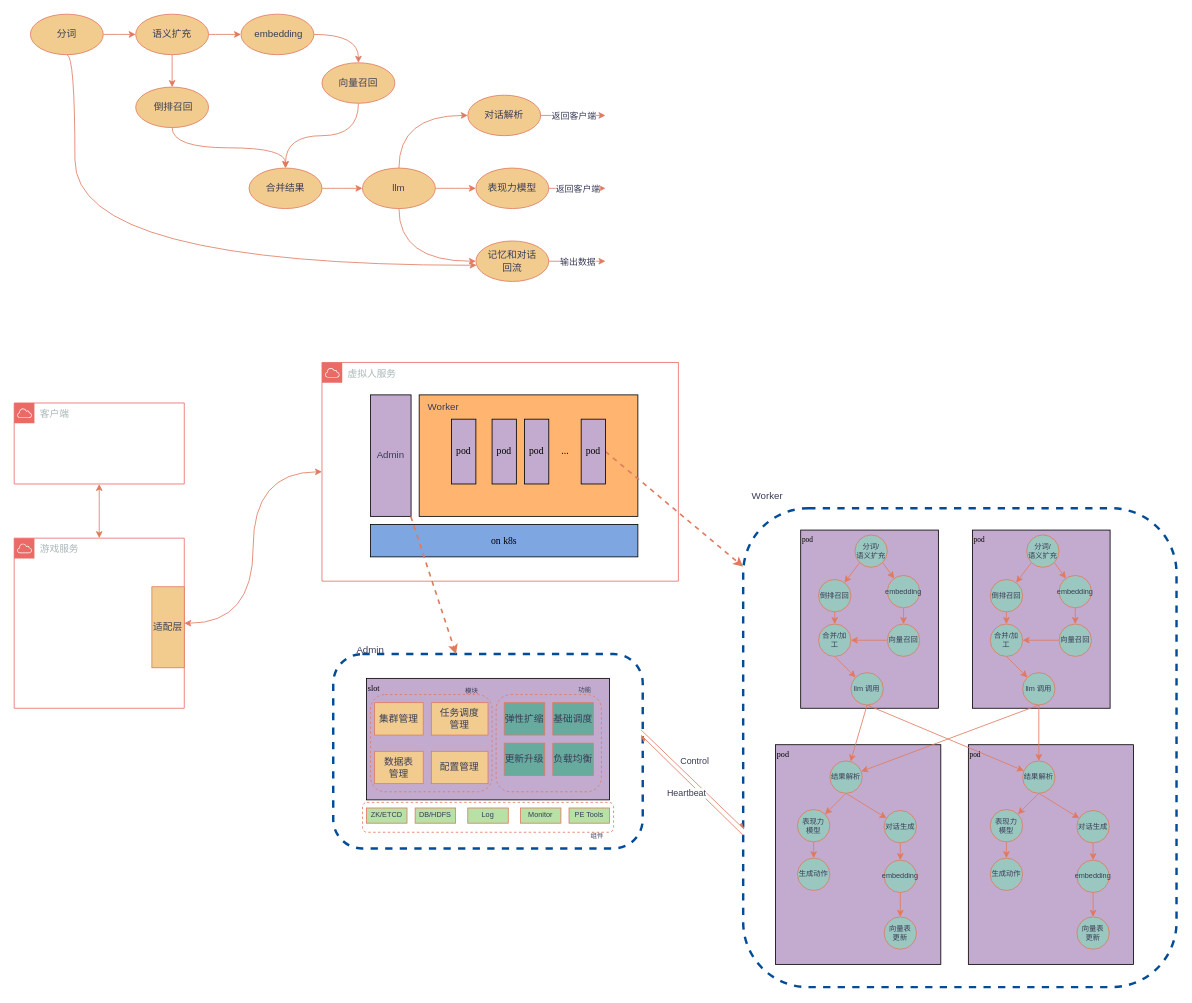
Earlier version of the draw.io diagram page "虚拟人服务" (2 of 5) of 虚拟人.drawio (dogchenmao/drawio). Source tidied: cells renumbered, new cells numbered last; positions are measured from the earlier drawing's top-left corner, leaving out a move shared by most shapes. Both pictures are drawn from the tidied source at 81%, with x=0, y=0 at pixel (14, 14).
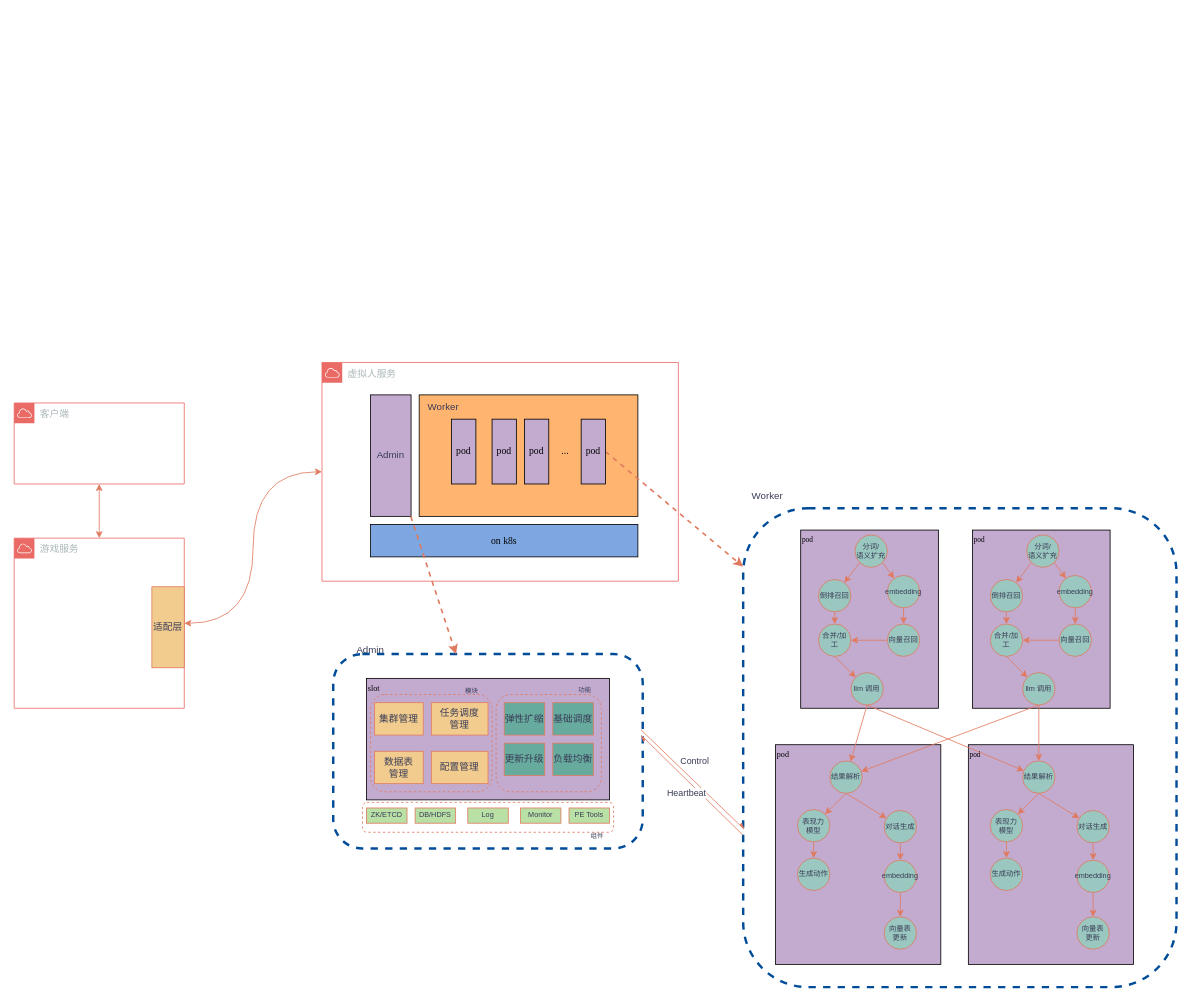
The same page after the edit.

Change to the diagram source:
```diff
@@
-    <mxCell id="101" style="edgeStyle=orthogonalEdgeStyle;rounded=0;jettySize=auto;html=1;strokeColor=#E07A5F;fontColor=#393C56;fillColor=#F2CC8F;curved=1;" parent="1" edge="1" source="103" target="106">
-      <mxGeometry relative="1" as="geometry" />
-    </mxCell>
-    <mxCell id="102" style="edgeStyle=orthogonalEdgeStyle;rounded=0;jettySize=auto;html=1;exitX=0.5;exitY=1;exitDx=0;exitDy=0;strokeColor=#E07A5F;fontColor=#393C56;fillColor=#F2CC8F;curved=1;" parent="1" edge="1" source="103" target="121">
-      <mxGeometry relative="1" as="geometry">
-        <Array as="points">
-          <mxPoint x="75" y="310" />
-        </Array>
-      </mxGeometry>
-    </mxCell>
-    <mxCell id="103" value="分词" style="ellipse;whiteSpace=wrap;html=1;strokeColor=#E07A5F;fontColor=#393C56;fillColor=#F2CC8F;" parent="1" vertex="1">
-      <mxGeometry x="20" width="90" height="50" as="geometry" />
-    </mxCell>
-    <mxCell id="104" style="edgeStyle=orthogonalEdgeStyle;rounded=0;jettySize=auto;html=1;strokeColor=#E07A5F;fontColor=#393C56;fillColor=#F2CC8F;curved=1;" parent="1" edge="1" source="106" target="108">
-      <mxGeometry relative="1" as="geometry" />
-    </mxCell>
-    <mxCell id="105" style="edgeStyle=orthogonalEdgeStyle;rounded=0;jettySize=auto;html=1;strokeColor=#E07A5F;fontColor=#393C56;fillColor=#F2CC8F;curved=1;" parent="1" edge="1" source="106" target="110">
-      <mxGeometry relative="1" as="geometry" />
-    </mxCell>
-    <mxCell id="106" value="语义扩充" style="ellipse;whiteSpace=wrap;html=1;strokeColor=#E07A5F;fontColor=#393C56;fillColor=#F2CC8F;" parent="1" vertex="1">
-      <mxGeometry x="150" width="90" height="50" as="geometry" />
-    </mxCell>
-    <mxCell id="107" style="edgeStyle=orthogonalEdgeStyle;rounded=0;jettySize=auto;html=1;strokeColor=#E07A5F;fontColor=#393C56;fillColor=#F2CC8F;curved=1;" parent="1" edge="1" source="108" target="112">
-      <mxGeometry relative="1" as="geometry" />
-    </mxCell>
-    <mxCell id="108" value="&amp;nbsp;embedding" style="ellipse;whiteSpace=wrap;html=1;strokeColor=#E07A5F;fontColor=#393C56;fillColor=#F2CC8F;" parent="1" vertex="1">
-      <mxGeometry x="280" width="90" height="50" as="geometry" />
-    </mxCell>
-    <mxCell id="109" style="edgeStyle=orthogonalEdgeStyle;rounded=0;jettySize=auto;html=1;exitX=0.5;exitY=1;exitDx=0;exitDy=0;strokeColor=#E07A5F;fontColor=#393C56;fillColor=#F2CC8F;curved=1;" parent="1" edge="1" source="110" target="114">
-      <mxGeometry relative="1" as="geometry" />
-    </mxCell>
-    <mxCell id="110" value="&amp;nbsp;倒排召回" style="ellipse;whiteSpace=wrap;html=1;strokeColor=#E07A5F;fontColor=#393C56;fillColor=#F2CC8F;" parent="1" vertex="1">
-      <mxGeometry x="150" y="90" width="90" height="50" as="geometry" />
-    </mxCell>
-    <mxCell id="111" style="edgeStyle=orthogonalEdgeStyle;rounded=0;jettySize=auto;html=1;strokeColor=#E07A5F;fontColor=#393C56;fillColor=#F2CC8F;curved=1;" parent="1" edge="1" source="112" target="114">
-      <mxGeometry relative="1" as="geometry" />
-    </mxCell>
-    <mxCell id="112" value="向量召回" style="ellipse;whiteSpace=wrap;html=1;strokeColor=#E07A5F;fontColor=#393C56;fillColor=#F2CC8F;" parent="1" vertex="1">
-      <mxGeometry x="380" y="60" width="90" height="50" as="geometry" />
-    </mxCell>
-    <mxCell id="113" style="edgeStyle=orthogonalEdgeStyle;rounded=0;jettySize=auto;html=1;strokeColor=#E07A5F;fontColor=#393C56;fillColor=#F2CC8F;curved=1;" parent="1" edge="1" source="114" target="118">
-      <mxGeometry relative="1" as="geometry" />
-    </mxCell>
-    <mxCell id="114" value="合并结果" style="ellipse;whiteSpace=wrap;html=1;strokeColor=#E07A5F;fontColor=#393C56;fillColor=#F2CC8F;" parent="1" vertex="1">
-      <mxGeometry x="290" y="190" width="90" height="50" as="geometry" />
-    </mxCell>
-    <mxCell id="115" style="edgeStyle=orthogonalEdgeStyle;rounded=0;jettySize=auto;html=1;strokeColor=#E07A5F;fontColor=#393C56;fillColor=#F2CC8F;curved=1;exitX=0.5;exitY=1;exitDx=0;exitDy=0;entryX=0;entryY=0.5;entryDx=0;entryDy=0;" parent="1" edge="1" source="118" target="121">
-      <mxGeometry relative="1" as="geometry" />
-    </mxCell>
-    <mxCell id="116" style="edgeStyle=orthogonalEdgeStyle;rounded=0;jettySize=auto;html=1;strokeColor=#E07A5F;fontColor=#393C56;fillColor=#F2CC8F;curved=1;" parent="1" edge="1" source="118" target="124">
-      <mxGeometry relative="1" as="geometry" />
-    </mxCell>
-    <mxCell id="117" style="edgeStyle=orthogonalEdgeStyle;rounded=0;jettySize=auto;html=1;strokeColor=#E07A5F;fontColor=#393C56;fillColor=#F2CC8F;curved=1;exitX=0.5;exitY=0;exitDx=0;exitDy=0;entryX=0;entryY=0.5;entryDx=0;entryDy=0;" parent="1" edge="1" source="118" target="125">
-      <mxGeometry relative="1" as="geometry" />
-    </mxCell>
-    <mxCell id="118" value="llm" style="ellipse;whiteSpace=wrap;html=1;strokeColor=#E07A5F;fontColor=#393C56;fillColor=#F2CC8F;" parent="1" vertex="1">
-      <mxGeometry x="430" y="190" width="90" height="50" as="geometry" />
-    </mxCell>
-    <mxCell id="119" style="edgeStyle=orthogonalEdgeStyle;rounded=0;jettySize=auto;html=1;exitX=1;exitY=0.5;exitDx=0;exitDy=0;strokeColor=#E07A5F;fontColor=#393C56;fillColor=#F2CC8F;" parent="1" edge="1" source="121">
-      <mxGeometry relative="1" as="geometry">
-        <mxPoint x="730" y="305" as="targetPoint" />
-      </mxGeometry>
-    </mxCell>
-    <mxCell id="120" value="输出数据" style="edgeLabel;html=1;align=center;verticalAlign=middle;strokeColor=#E07A5F;fontColor=#393C56;fillColor=#F2CC8F;" parent="119" vertex="1">
-      <mxGeometry relative="1" as="geometry" />
-    </mxCell>
-    <mxCell id="121" value="记忆和对话&lt;div&gt;回流&lt;/div&gt;" style="ellipse;whiteSpace=wrap;html=1;strokeColor=#E07A5F;fontColor=#393C56;fillColor=#F2CC8F;" parent="1" vertex="1">
-      <mxGeometry x="570" y="280" width="90" height="50" as="geometry" />
-    </mxCell>
-    <mxCell id="122" style="edgeStyle=orthogonalEdgeStyle;rounded=0;jettySize=auto;html=1;exitX=1;exitY=0.5;exitDx=0;exitDy=0;strokeColor=#E07A5F;fontColor=#393C56;fillColor=#F2CC8F;" parent="1" edge="1" source="124">
-      <mxGeometry relative="1" as="geometry">
-        <mxPoint x="730" y="215" as="targetPoint" />
-      </mxGeometry>
-    </mxCell>
-    <mxCell id="123" value="返回客户端" style="edgeLabel;html=1;align=center;verticalAlign=middle;strokeColor=#E07A5F;fontColor=#393C56;fillColor=#F2CC8F;" parent="122" vertex="1">
-      <mxGeometry relative="1" as="geometry" />
-    </mxCell>
-    <mxCell id="124" value="表现力模型" style="ellipse;whiteSpace=wrap;html=1;strokeColor=#E07A5F;fontColor=#393C56;fillColor=#F2CC8F;" parent="1" vertex="1">
-      <mxGeometry x="570" y="190" width="90" height="50" as="geometry" />
-    </mxCell>
-    <mxCell id="125" value="对话解析" style="ellipse;whiteSpace=wrap;html=1;strokeColor=#E07A5F;fontColor=#393C56;fillColor=#F2CC8F;" parent="1" vertex="1">
-      <mxGeometry x="560" y="100" width="90" height="50" as="geometry" />
-    </mxCell>
-    <mxCell id="126" style="edgeStyle=orthogonalEdgeStyle;rounded=0;jettySize=auto;html=1;exitX=1;exitY=0.5;exitDx=0;exitDy=0;strokeColor=#E07A5F;fontColor=#393C56;fillColor=#F2CC8F;" parent="1" edge="1" source="125">
-      <mxGeometry relative="1" as="geometry">
-        <mxPoint x="730" y="125" as="targetPoint" />
-      </mxGeometry>
-    </mxCell>
-    <mxCell id="127" value="返回客户端" style="edgeLabel;html=1;align=center;verticalAlign=middle;strokeColor=#E07A5F;fontColor=#393C56;fillColor=#F2CC8F;" parent="126" vertex="1">
-      <mxGeometry relative="1" as="geometry" />
-    </mxCell>
```
